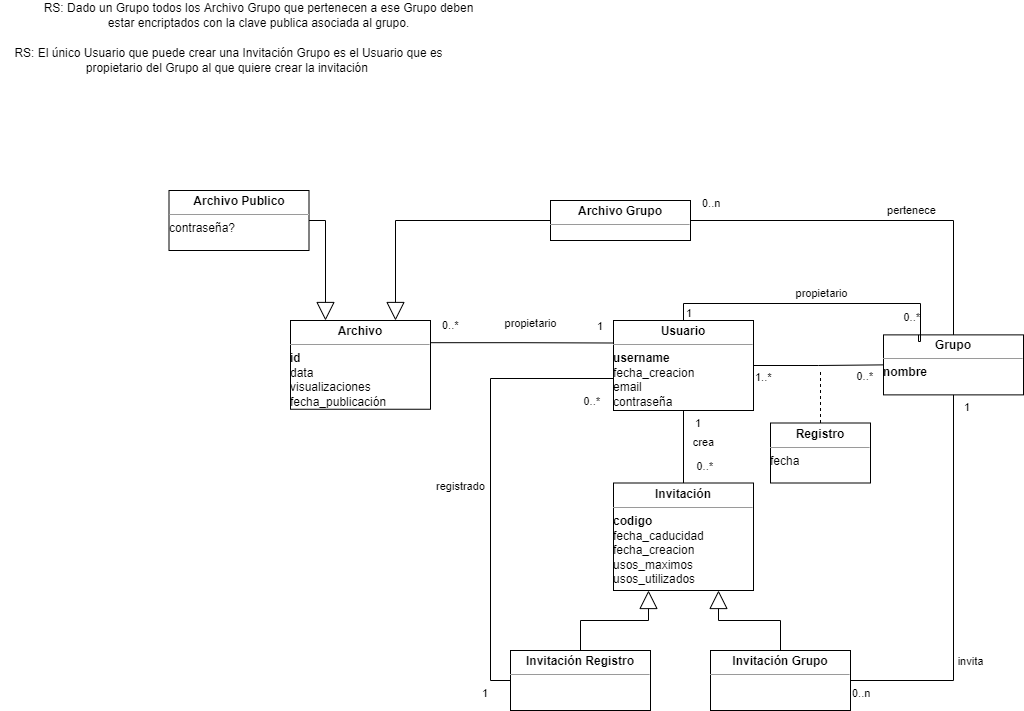
alfman99/SharePriv keeps this draw.io diagram as propuesta_cambio.drawio.png. Above is the earlier version. Source tidied: cells renumbered, new cells last; positions are measured from the earlier drawing's top-left corner, leaving out a move shared by most shapes. The source it was exported from:
```xml
<mxGraphModel>
  <root>
    <mxCell id="0" />
    <mxCell id="1" parent="0" />
    <mxCell id="2" value="&lt;br&gt;" style="endArrow=block;endSize=16;endFill=0;html=1;rounded=0;exitX=0.5;exitY=0;exitDx=0;exitDy=0;entryX=0.25;entryY=1;entryDx=0;entryDy=0;edgeStyle=orthogonalEdgeStyle;" parent="1" edge="1" source="4" target="3">
      <mxGeometry y="10" relative="1" as="geometry" />
    </mxCell>
    <mxCell id="3" value="&lt;p style=&quot;margin: 0px ; margin-top: 4px ; text-align: center&quot;&gt;&lt;b&gt;Invitación&lt;/b&gt;&lt;/p&gt;&lt;hr size=&quot;1&quot;&gt;&lt;div style=&quot;height: 2px&quot;&gt;&lt;b&gt;codigo&lt;/b&gt;&lt;br&gt;fecha_caducidad&lt;br&gt;fecha_creacion&lt;br&gt;usos_maximos&lt;br&gt;usos_utilizados&lt;/div&gt;" style="verticalAlign=top;align=left;overflow=fill;fontSize=12;fontFamily=Helvetica;html=1;" parent="1" vertex="1">
      <mxGeometry x="613" y="482.5" width="140" height="107.5" as="geometry" />
    </mxCell>
    <mxCell id="4" value="&lt;p style=&quot;margin: 0px ; margin-top: 4px ; text-align: center&quot;&gt;&lt;b&gt;Invitación Registro&lt;/b&gt;&lt;/p&gt;&lt;hr size=&quot;1&quot;&gt;&lt;div style=&quot;height: 2px&quot;&gt;&lt;/div&gt;" style="verticalAlign=top;align=left;overflow=fill;fontSize=12;fontFamily=Helvetica;html=1;" parent="1" vertex="1">
      <mxGeometry x="510" y="650" width="140" height="60" as="geometry" />
    </mxCell>
    <mxCell id="5" value="&lt;p style=&quot;margin: 0px ; margin-top: 4px ; text-align: center&quot;&gt;&lt;b&gt;Invitación Grupo&lt;/b&gt;&lt;/p&gt;&lt;hr size=&quot;1&quot;&gt;&lt;div style=&quot;height: 2px&quot;&gt;&lt;/div&gt;" style="verticalAlign=top;align=left;overflow=fill;fontSize=12;fontFamily=Helvetica;html=1;" parent="1" vertex="1">
      <mxGeometry x="710" y="650" width="140" height="60" as="geometry" />
    </mxCell>
    <mxCell id="6" style="endArrow=block;endSize=16;endFill=0;html=1;rounded=0;exitX=0.5;exitY=0;exitDx=0;exitDy=0;entryX=0.75;entryY=1;entryDx=0;entryDy=0;edgeStyle=orthogonalEdgeStyle;" parent="1" edge="1" source="5" target="3">
      <mxGeometry relative="1" as="geometry" />
    </mxCell>
    <mxCell id="7" value="&lt;p style=&quot;margin: 0px ; margin-top: 4px ; text-align: center&quot;&gt;&lt;b&gt;Usuario&lt;/b&gt;&lt;/p&gt;&lt;hr size=&quot;1&quot;&gt;&lt;div style=&quot;height: 2px&quot;&gt;&lt;b&gt;username&lt;/b&gt;&lt;br&gt;fecha_creacion&lt;br&gt;email&lt;br&gt;contraseña&lt;br&gt;&lt;/div&gt;" style="verticalAlign=top;align=left;overflow=fill;fontSize=12;fontFamily=Helvetica;html=1;" parent="1" vertex="1">
      <mxGeometry x="613" y="320" width="140" height="90" as="geometry" />
    </mxCell>
    <mxCell id="8" value="crea" style="endArrow=none;html=1;endSize=12;startArrow=none;startSize=14;startFill=0;edgeStyle=orthogonalEdgeStyle;rounded=0;entryX=0.5;entryY=0;entryDx=0;entryDy=0;endFill=0;exitX=0.5;exitY=1;exitDx=0;exitDy=0;" parent="1" edge="1" source="7" target="3">
      <mxGeometry x="-0.11" y="20" relative="1" as="geometry" />
    </mxCell>
    <mxCell id="9" value="1" style="edgeLabel;html=1;align=left;verticalAlign=top;" parent="8" vertex="1">
      <mxGeometry x="-1" relative="1" as="geometry">
        <mxPoint x="10" as="offset" />
      </mxGeometry>
    </mxCell>
    <mxCell id="10" value="0..*" style="edgeLabel;html=1;align=right;verticalAlign=top;" parent="8" vertex="1">
      <mxGeometry x="1" relative="1" as="geometry">
        <mxPoint x="30" y="-30" as="offset" />
      </mxGeometry>
    </mxCell>
    <mxCell id="11" value="&lt;p style=&quot;margin: 0px ; margin-top: 4px ; text-align: center&quot;&gt;&lt;b&gt;Archivo&lt;/b&gt;&lt;/p&gt;&lt;hr size=&quot;1&quot;&gt;&lt;div style=&quot;height: 2px ; line-height: 1.2&quot;&gt;&lt;b&gt;id&lt;/b&gt;&lt;br&gt;data&lt;br&gt;visualizaciones&lt;br&gt;fecha_publicación&lt;br&gt;&lt;/div&gt;" style="verticalAlign=top;align=left;overflow=fill;fontSize=12;fontFamily=Helvetica;html=1;" parent="1" vertex="1">
      <mxGeometry x="290" y="320" width="140" height="88.8" as="geometry" />
    </mxCell>
    <mxCell id="12" value="propietario" style="endArrow=none;html=1;endSize=12;startArrow=none;startSize=14;startFill=0;edgeStyle=orthogonalEdgeStyle;rounded=0;endFill=0;exitX=1;exitY=0.25;exitDx=0;exitDy=0;entryX=0;entryY=0.25;entryDx=0;entryDy=0;" parent="1" edge="1" source="11" target="7">
      <mxGeometry x="0.09" y="20" relative="1" as="geometry" />
    </mxCell>
    <mxCell id="13" value="0..*" style="edgeLabel;html=1;align=left;verticalAlign=top;" parent="12" vertex="1">
      <mxGeometry x="-1" relative="1" as="geometry">
        <mxPoint x="10" y="-30" as="offset" />
      </mxGeometry>
    </mxCell>
    <mxCell id="14" value="1" style="edgeLabel;html=1;align=right;verticalAlign=top;" parent="12" vertex="1">
      <mxGeometry x="1" relative="1" as="geometry">
        <mxPoint x="-10" y="-30" as="offset" />
      </mxGeometry>
    </mxCell>
    <mxCell id="15" value="&lt;p style=&quot;margin: 0px ; margin-top: 4px ; text-align: center&quot;&gt;&lt;b&gt;Grupo&lt;/b&gt;&lt;/p&gt;&lt;hr size=&quot;1&quot;&gt;&lt;div style=&quot;height: 2px&quot;&gt;&lt;b&gt;nombre&lt;/b&gt;&lt;br&gt;&lt;br&gt;&lt;/div&gt;&lt;div style=&quot;height: 2px&quot;&gt;&lt;b&gt;&lt;br&gt;&lt;/b&gt;&lt;/div&gt;" style="verticalAlign=top;align=left;overflow=fill;fontSize=12;fontFamily=Helvetica;html=1;" parent="1" vertex="1">
      <mxGeometry x="883" y="334.4" width="140" height="60" as="geometry" />
    </mxCell>
    <mxCell id="16" style="endArrow=none;html=1;endSize=12;startArrow=none;startSize=14;startFill=0;edgeStyle=orthogonalEdgeStyle;rounded=0;endFill=0;exitX=1;exitY=0.5;exitDx=0;exitDy=0;entryX=0;entryY=0.5;entryDx=0;entryDy=0;" parent="1" edge="1" source="7" target="15">
      <mxGeometry x="0.08" y="20" relative="1" as="geometry" />
    </mxCell>
    <mxCell id="17" value="1..*" style="edgeLabel;html=1;align=left;verticalAlign=top;" parent="16" vertex="1">
      <mxGeometry x="-1" relative="1" as="geometry">
        <mxPoint y="-1" as="offset" />
      </mxGeometry>
    </mxCell>
    <mxCell id="18" value="0..*" style="edgeLabel;html=1;align=right;verticalAlign=top;" parent="16" vertex="1">
      <mxGeometry x="1" relative="1" as="geometry">
        <mxPoint x="-10" y="-1" as="offset" />
      </mxGeometry>
    </mxCell>
    <mxCell id="19" value="propietario" style="endArrow=none;html=1;endSize=12;startArrow=none;startSize=14;startFill=0;edgeStyle=orthogonalEdgeStyle;rounded=0;exitX=0.5;exitY=0;exitDx=0;exitDy=0;endFill=0;entryX=0.25;entryY=0;entryDx=0;entryDy=0;" parent="1" edge="1" source="7" target="15">
      <mxGeometry x="0.03" y="10" relative="1" as="geometry">
        <Array as="points">
          <mxPoint x="683" y="303" />
          <mxPoint x="920" y="303" />
          <mxPoint x="920" y="341" />
        </Array>
      </mxGeometry>
    </mxCell>
    <mxCell id="20" value="1" style="edgeLabel;html=1;align=left;verticalAlign=top;" parent="19" vertex="1">
      <mxGeometry x="-1" relative="1" as="geometry">
        <mxPoint x="1" y="-20" as="offset" />
      </mxGeometry>
    </mxCell>
    <mxCell id="21" value="0..*" style="edgeLabel;html=1;align=right;verticalAlign=top;" parent="19" vertex="1">
      <mxGeometry x="1" relative="1" as="geometry">
        <mxPoint x="2" y="-30" as="offset" />
      </mxGeometry>
    </mxCell>
    <mxCell id="22" value="&lt;p style=&quot;margin: 0px ; margin-top: 4px ; text-align: center&quot;&gt;&lt;b&gt;Archivo Grupo&lt;/b&gt;&lt;/p&gt;&lt;hr size=&quot;1&quot;&gt;&lt;div style=&quot;height: 2px ; line-height: 1.2&quot;&gt;&lt;br&gt;&lt;/div&gt;" style="verticalAlign=top;align=left;overflow=fill;fontSize=12;fontFamily=Helvetica;html=1;" parent="1" vertex="1">
      <mxGeometry x="550" y="200" width="140" height="40" as="geometry" />
    </mxCell>
    <mxCell id="23" style="endArrow=block;endSize=16;endFill=0;html=1;rounded=0;entryX=0.75;entryY=0;entryDx=0;entryDy=0;exitX=0;exitY=0.5;exitDx=0;exitDy=0;edgeStyle=orthogonalEdgeStyle;" parent="1" edge="1" source="22" target="11">
      <mxGeometry relative="1" as="geometry" />
    </mxCell>
    <mxCell id="24" value="pertenece" style="endArrow=none;html=1;endSize=12;startArrow=none;startSize=14;startFill=0;edgeStyle=orthogonalEdgeStyle;rounded=0;exitX=1;exitY=0.5;exitDx=0;exitDy=0;entryX=0.5;entryY=0;entryDx=0;entryDy=0;endFill=0;" parent="1" edge="1" source="22" target="15">
      <mxGeometry x="0.17" y="10" relative="1" as="geometry" />
    </mxCell>
    <mxCell id="25" value="0..n" style="edgeLabel;html=1;align=left;verticalAlign=top;" parent="24" vertex="1">
      <mxGeometry x="-1" relative="1" as="geometry">
        <mxPoint x="10" y="-30" as="offset" />
      </mxGeometry>
    </mxCell>
    <mxCell id="26" value="&lt;p style=&quot;margin: 0px ; margin-top: 4px ; text-align: center&quot;&gt;&lt;b&gt;Archivo Publico&lt;/b&gt;&lt;/p&gt;&lt;hr size=&quot;1&quot;&gt;&lt;div style=&quot;height: 2px ; line-height: 1.2&quot;&gt;&lt;div style=&quot;height: 2px ; line-height: 1.2&quot;&gt;&lt;span&gt;contraseña?&lt;/span&gt;&lt;/div&gt;&lt;/div&gt;" style="verticalAlign=top;align=left;overflow=fill;fontSize=12;fontFamily=Helvetica;html=1;" parent="1" vertex="1">
      <mxGeometry x="168.5" y="190" width="140" height="60" as="geometry" />
    </mxCell>
    <mxCell id="27" style="endArrow=block;endSize=16;endFill=0;html=1;rounded=0;entryX=0.25;entryY=0;entryDx=0;entryDy=0;exitX=1;exitY=0.5;exitDx=0;exitDy=0;edgeStyle=orthogonalEdgeStyle;" parent="1" edge="1" source="26" target="11">
      <mxGeometry relative="1" as="geometry" />
    </mxCell>
    <mxCell id="28" value="RS: Dado un Grupo todos los Archivo Grupo que pertenecen a ese Grupo deben estar encriptados con la clave publica asociada al grupo." style="text;html=1;strokeColor=none;fillColor=none;align=center;verticalAlign=middle;whiteSpace=wrap;rounded=0;" parent="1" vertex="1">
      <mxGeometry x="30" width="457" height="30" as="geometry" />
    </mxCell>
    <mxCell id="29" value="invita" style="endArrow=none;html=1;endSize=12;startArrow=none;startSize=14;startFill=0;edgeStyle=orthogonalEdgeStyle;rounded=0;entryX=0.5;entryY=1;entryDx=0;entryDy=0;exitX=1;exitY=0.5;exitDx=0;exitDy=0;endFill=0;" parent="1" edge="1" source="5" target="15">
      <mxGeometry x="-0.37" y="-17" relative="1" as="geometry" />
    </mxCell>
    <mxCell id="30" value="0..n" style="edgeLabel;html=1;align=left;verticalAlign=top;" parent="29" vertex="1">
      <mxGeometry x="-1" relative="1" as="geometry" />
    </mxCell>
    <mxCell id="31" value="1" style="edgeLabel;html=1;align=right;verticalAlign=top;" parent="29" vertex="1">
      <mxGeometry x="1" relative="1" as="geometry">
        <mxPoint x="17" as="offset" />
      </mxGeometry>
    </mxCell>
    <mxCell id="32" value="registrado" style="endArrow=none;html=1;endSize=12;startArrow=none;startSize=14;startFill=0;edgeStyle=orthogonalEdgeStyle;rounded=0;entryX=0;entryY=0.75;entryDx=0;entryDy=0;exitX=0;exitY=0.5;exitDx=0;exitDy=0;endFill=0;" parent="1" edge="1" source="4" target="7">
      <mxGeometry x="-0.06" y="30" relative="1" as="geometry">
        <Array as="points">
          <mxPoint x="490" y="680" />
          <mxPoint x="490" y="378" />
          <mxPoint x="613" y="378" />
        </Array>
      </mxGeometry>
    </mxCell>
    <mxCell id="33" value="1" style="edgeLabel;html=1;align=left;verticalAlign=top;" parent="32" vertex="1">
      <mxGeometry x="-1" relative="1" as="geometry">
        <mxPoint x="-30" as="offset" />
      </mxGeometry>
    </mxCell>
    <mxCell id="34" value="0..*" style="edgeLabel;html=1;align=right;verticalAlign=top;" parent="32" vertex="1">
      <mxGeometry x="1" relative="1" as="geometry">
        <mxPoint x="-13" as="offset" />
      </mxGeometry>
    </mxCell>
    <mxCell id="35" value="&lt;p style=&quot;margin: 0px ; margin-top: 4px ; text-align: center&quot;&gt;&lt;b&gt;Registro&lt;/b&gt;&lt;/p&gt;&lt;hr size=&quot;1&quot;&gt;&lt;div style=&quot;height: 2px&quot;&gt;fecha&lt;br&gt;&lt;br&gt;&lt;/div&gt;&lt;div style=&quot;height: 2px&quot;&gt;&lt;b&gt;&lt;br&gt;&lt;/b&gt;&lt;/div&gt;" style="verticalAlign=top;align=left;overflow=fill;fontSize=12;fontFamily=Helvetica;html=1;" parent="1" vertex="1">
      <mxGeometry x="770" y="422.5" width="100" height="60" as="geometry" />
    </mxCell>
    <mxCell id="36" style="html=1;verticalAlign=bottom;endArrow=none;dashed=1;endSize=8;rounded=0;exitX=0.5;exitY=0;exitDx=0;exitDy=0;endFill=0;" parent="1" edge="1" source="35">
      <mxGeometry x="-0.14" y="-20" relative="1" as="geometry">
        <mxPoint x="820" y="370" as="targetPoint" />
      </mxGeometry>
    </mxCell>
    <mxCell id="37" value="RS: El único Usuario que puede crear una Invitación Grupo es el Usuario que es propietario del Grupo al que quiere crear la invitación&amp;nbsp;" style="text;html=1;strokeColor=none;fillColor=none;align=center;verticalAlign=middle;whiteSpace=wrap;rounded=0;" parent="1" vertex="1">
      <mxGeometry y="45" width="457" height="30" as="geometry" />
    </mxCell>
  </root>
</mxGraphModel>
```
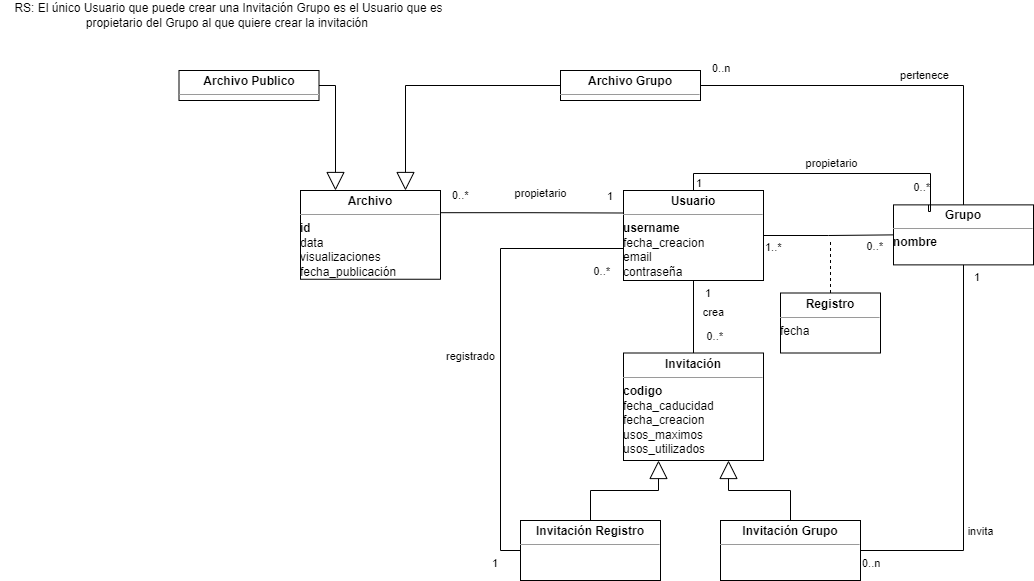
Above is the later version.

The edit, as a diff of the source:
```diff
@@ -85,7 +85,7 @@
       </mxGeometry>
     </mxCell>
     <mxCell id="22" value="&lt;p style=&quot;margin: 0px ; margin-top: 4px ; text-align: center&quot;&gt;&lt;b&gt;Archivo Grupo&lt;/b&gt;&lt;/p&gt;&lt;hr size=&quot;1&quot;&gt;&lt;div style=&quot;height: 2px ; line-height: 1.2&quot;&gt;&lt;br&gt;&lt;/div&gt;" style="verticalAlign=top;align=left;overflow=fill;fontSize=12;fontFamily=Helvetica;html=1;" parent="1" vertex="1">
-      <mxGeometry x="550" y="200" width="140" height="40" as="geometry" />
+      <mxGeometry x="550" y="200" width="140" height="30" as="geometry" />
     </mxCell>
     <mxCell id="23" style="endArrow=block;endSize=16;endFill=0;html=1;rounded=0;entryX=0.75;entryY=0;entryDx=0;entryDy=0;exitX=0;exitY=0.5;exitDx=0;exitDy=0;edgeStyle=orthogonalEdgeStyle;" parent="1" edge="1" source="22" target="11">
       <mxGeometry relative="1" as="geometry" />
@@ -98,15 +98,12 @@
         <mxPoint x="10" y="-30" as="offset" />
       </mxGeometry>
     </mxCell>
-    <mxCell id="26" value="&lt;p style=&quot;margin: 0px ; margin-top: 4px ; text-align: center&quot;&gt;&lt;b&gt;Archivo Publico&lt;/b&gt;&lt;/p&gt;&lt;hr size=&quot;1&quot;&gt;&lt;div style=&quot;height: 2px ; line-height: 1.2&quot;&gt;&lt;div style=&quot;height: 2px ; line-height: 1.2&quot;&gt;&lt;span&gt;contraseña?&lt;/span&gt;&lt;/div&gt;&lt;/div&gt;" style="verticalAlign=top;align=left;overflow=fill;fontSize=12;fontFamily=Helvetica;html=1;" parent="1" vertex="1">
-      <mxGeometry x="168.5" y="190" width="140" height="60" as="geometry" />
+    <mxCell id="26" value="&lt;p style=&quot;margin: 0px ; margin-top: 4px ; text-align: center&quot;&gt;&lt;b&gt;Archivo Publico&lt;/b&gt;&lt;/p&gt;&lt;hr size=&quot;1&quot;&gt;&lt;div style=&quot;height: 2px ; line-height: 1.2&quot;&gt;&lt;div style=&quot;height: 2px ; line-height: 1.2&quot;&gt;&lt;br&gt;&lt;/div&gt;&lt;/div&gt;" style="verticalAlign=top;align=left;overflow=fill;fontSize=12;fontFamily=Helvetica;html=1;" parent="1" vertex="1">
+      <mxGeometry x="168.5" y="200" width="140" height="30" as="geometry" />
     </mxCell>
     <mxCell id="27" style="endArrow=block;endSize=16;endFill=0;html=1;rounded=0;entryX=0.25;entryY=0;entryDx=0;entryDy=0;exitX=1;exitY=0.5;exitDx=0;exitDy=0;edgeStyle=orthogonalEdgeStyle;" parent="1" edge="1" source="26" target="11">
       <mxGeometry relative="1" as="geometry" />
     </mxCell>
-    <mxCell id="28" value="RS: Dado un Grupo todos los Archivo Grupo que pertenecen a ese Grupo deben estar encriptados con la clave publica asociada al grupo." style="text;html=1;strokeColor=none;fillColor=none;align=center;verticalAlign=middle;whiteSpace=wrap;rounded=0;" parent="1" vertex="1">
-      <mxGeometry x="30" width="457" height="30" as="geometry" />
-    </mxCell>
     <mxCell id="29" value="invita" style="endArrow=none;html=1;endSize=12;startArrow=none;startSize=14;startFill=0;edgeStyle=orthogonalEdgeStyle;rounded=0;entryX=0.5;entryY=1;entryDx=0;entryDy=0;exitX=1;exitY=0.5;exitDx=0;exitDy=0;endFill=0;" parent="1" edge="1" source="5" target="15">
       <mxGeometry x="-0.37" y="-17" relative="1" as="geometry" />
     </mxCell>
@@ -146,7 +143,7 @@
       </mxGeometry>
     </mxCell>
     <mxCell id="37" value="RS: El único Usuario que puede crear una Invitación Grupo es el Usuario que es propietario del Grupo al que quiere crear la invitación&amp;nbsp;" style="text;html=1;strokeColor=none;fillColor=none;align=center;verticalAlign=middle;whiteSpace=wrap;rounded=0;" parent="1" vertex="1">
-      <mxGeometry y="45" width="457" height="30" as="geometry" />
+      <mxGeometry x="-10" y="130" width="457" height="30" as="geometry" />
     </mxCell>
   </root>
 </mxGraphModel>
```
